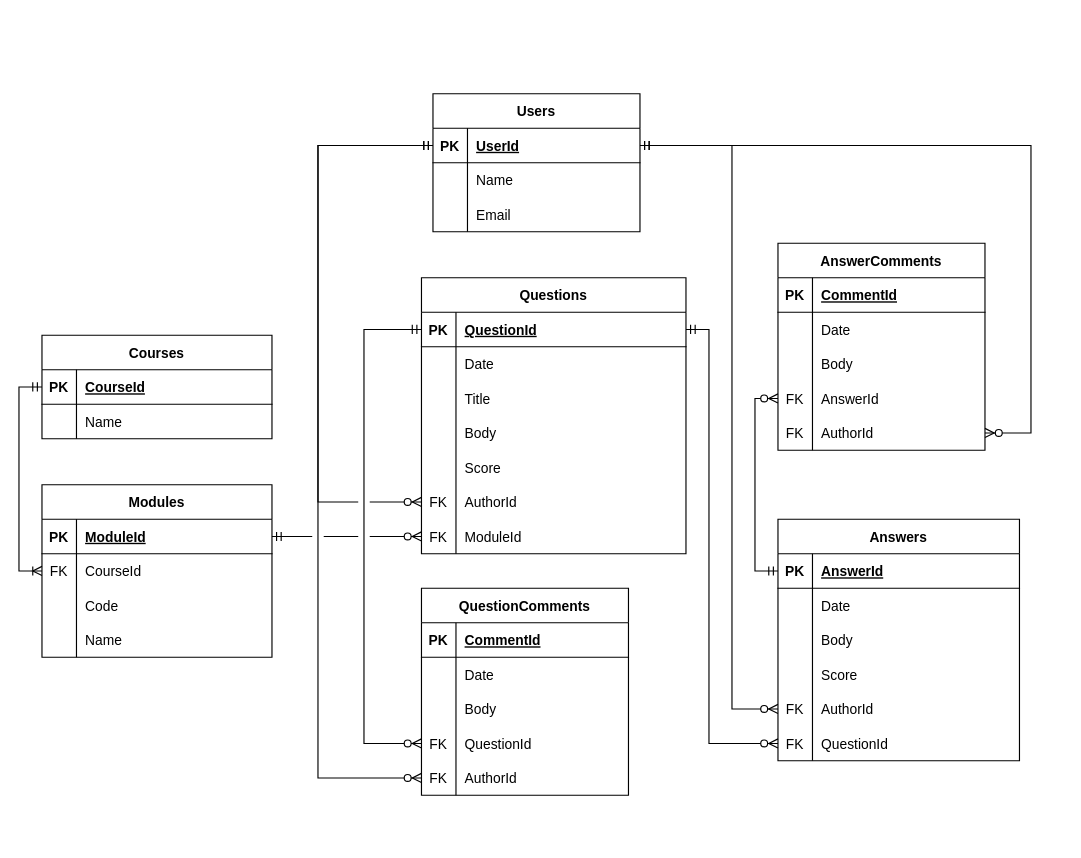
Earlier version of the draw.io diagram assets/diagrams/Database Design.drawio (gltch/wits-overflow). Source tidied: cells renumbered, new cells numbered last; positions are measured from the earlier drawing's top-left corner, leaving out a move shared by most shapes. Both pictures are drawn from the tidied source at 115%, with x=0, y=0 at pixel (41, 93).
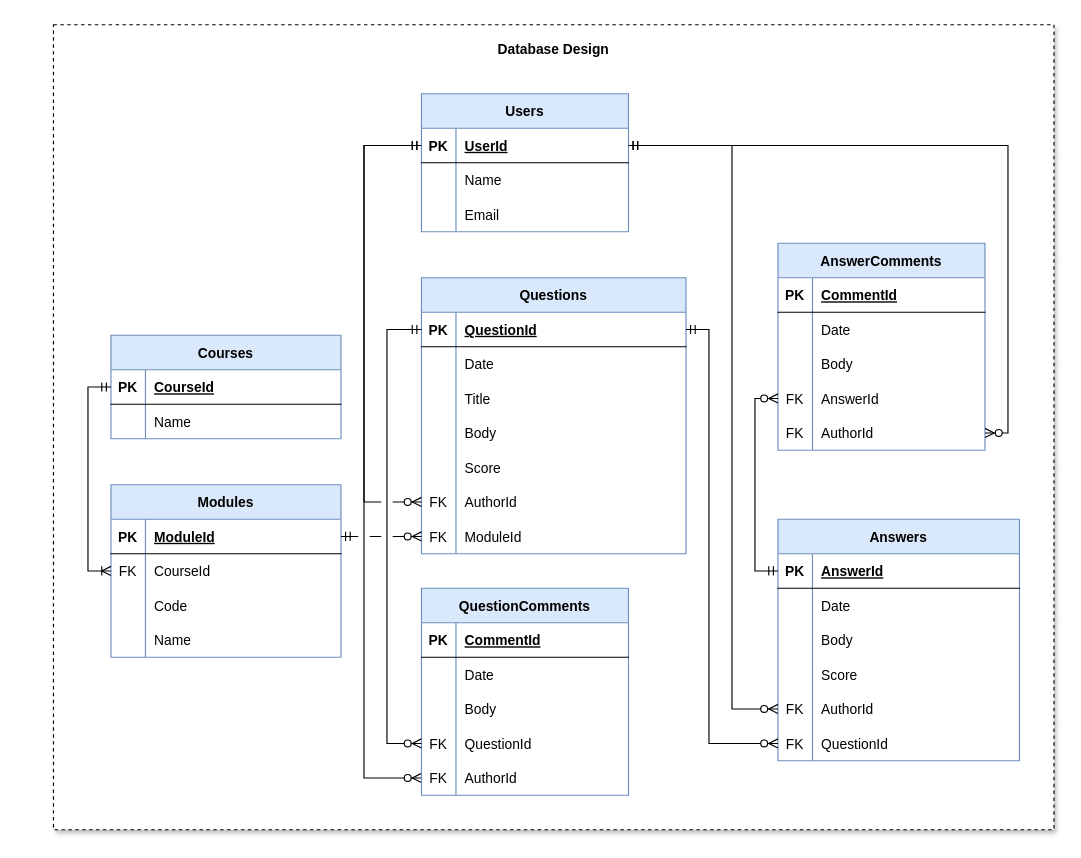
The same diagram, later.

Unchanged cells that the change refers to:
```xml
<mxCell id="13" style="shape=partialRectangle;fillColor=none;top=0;left=0;bottom=0;right=0;points=[[0,0.5],[1,0.5]];portConstraint=eastwest;" parent="3" vertex="1">
  <mxGeometry y="120" width="180" height="30" as="geometry" />
</mxCell>
<mxCell id="16" style="shape=partialRectangle;fillColor=none;top=0;left=0;bottom=0;right=0;points=[[0,0.5],[1,0.5]];portConstraint=eastwest;" parent="3" vertex="1">
  <mxGeometry y="150" width="180" height="30" as="geometry" />
</mxCell>
<mxCell id="20" style="shape=partialRectangle;fillColor=none;top=0;left=0;bottom=1;right=0;points=[[0,0.5],[1,0.5]];portConstraint=eastwest;" parent="19" vertex="1">
  <mxGeometry y="30" width="230" height="30" as="geometry" />
</mxCell>
<mxCell id="35" style="shape=partialRectangle;fillColor=none;top=0;left=0;bottom=0;right=0;points=[[0,0.5],[1,0.5]];portConstraint=eastwest;" parent="19" vertex="1">
  <mxGeometry y="180" width="230" height="30" as="geometry" />
</mxCell>
<mxCell id="42" style="shape=partialRectangle;fillColor=none;top=0;left=0;bottom=1;right=0;points=[[0,0.5],[1,0.5]];portConstraint=eastwest;" parent="41" vertex="1">
  <mxGeometry y="30" width="210" height="30" as="geometry" />
</mxCell>
<mxCell id="90" style="shape=partialRectangle;fillColor=none;top=0;left=0;bottom=0;right=0;points=[[0,0.5],[1,0.5]];portConstraint=eastwest;" parent="80" vertex="1">
  <mxGeometry y="120" width="180" height="30" as="geometry" />
</mxCell>
<mxCell id="93" style="shape=partialRectangle;fillColor=none;top=0;left=0;bottom=0;right=0;points=[[0,0.5],[1,0.5]];portConstraint=eastwest;" parent="80" vertex="1">
  <mxGeometry y="150" width="180" height="30" as="geometry" />
</mxCell>
<mxCell id="97" style="shape=partialRectangle;fillColor=none;top=0;left=0;bottom=1;right=0;points=[[0,0.5],[1,0.5]];portConstraint=eastwest;" parent="96" vertex="1">
  <mxGeometry y="30" width="180" height="30" as="geometry" />
</mxCell>
```

Diff of the diagram source:
```diff
@@
+    <mxCell id="114" value="Database Design" style="rounded=0;whiteSpace=wrap;html=1;shadow=1;verticalAlign=top;spacing=10;fontStyle=1;dashed=1;" parent="1" vertex="1">
+      <mxGeometry x="10" y="-60" width="870" height="700" as="geometry" />
+    </mxCell>
-    <mxCell id="2" style="edgeStyle=orthogonalEdgeStyle;rounded=0;orthogonalLoop=1;jettySize=auto;html=1;exitX=0;exitY=0.5;exitDx=0;exitDy=0;entryX=0;entryY=0.5;entryDx=0;entryDy=0;startArrow=ERmandOne;startFill=0;endArrow=ERzeroToMany;endFill=1;jumpStyle=none;" parent="1" edge="1">
+    <mxCell id="2" style="edgeStyle=orthogonalEdgeStyle;rounded=0;jettySize=auto;html=1;exitX=0;exitY=0.5;exitDx=0;exitDy=0;entryX=0;entryY=0.5;entryDx=0;entryDy=0;startArrow=ERmandOne;startFill=0;endArrow=ERzeroToMany;endFill=1;jumpStyle=none;" parent="1" edge="1" source="97" target="16">
       <mxGeometry relative="1" as="geometry">
-        <mxPoint x="340" y="45" as="sourcePoint" />
-        <mxPoint x="330" y="595" as="targetPoint" />
         <Array as="points">
-          <mxPoint x="240" y="45" />
-          <mxPoint x="240" y="595" />
+          <mxPoint x="280" y="45" />
+          <mxPoint x="280" y="595" />
         </Array>
       </mxGeometry>
     </mxCell>
-    <mxCell id="3" value="QuestionComments" style="shape=table;startSize=30;childLayout=tableLayout;rowLines=0;fontStyle=1;align=center;" parent="1" vertex="1">
+    <mxCell id="3" value="QuestionComments" style="shape=table;startSize=30;childLayout=tableLayout;rowLines=0;fontStyle=1;align=center;fillColor=#dae8fc;strokeColor=#6c8ebf;" parent="1" vertex="1">
       <mxGeometry x="330" y="430" width="180" height="180" as="geometry" />
     </mxCell>
@@
-    <mxCell id="19" value="Questions" style="shape=table;startSize=30;childLayout=tableLayout;rowLines=0;fontStyle=1;align=center;" parent="1" vertex="1">
+    <mxCell id="19" value="Questions" style="shape=table;startSize=30;childLayout=tableLayout;rowLines=0;fontStyle=1;align=center;fillColor=#dae8fc;strokeColor=#6c8ebf;" parent="1" vertex="1">
       <mxGeometry x="330" y="160" width="230" height="240" as="geometry" />
     </mxCell>
@@
-    <mxCell id="41" value="Answers" style="shape=table;startSize=30;childLayout=tableLayout;rowLines=0;fontStyle=1;align=center;" parent="1" vertex="1">
+    <mxCell id="41" value="Answers" style="shape=table;startSize=30;childLayout=tableLayout;rowLines=0;fontStyle=1;align=center;fillColor=#dae8fc;strokeColor=#6c8ebf;" parent="1" vertex="1">
       <mxGeometry x="640" y="370" width="210" height="210" as="geometry" />
     </mxCell>
@@
-    <mxCell id="60" value="Modules" style="shape=table;startSize=30;childLayout=tableLayout;rowLines=0;fontStyle=1;align=center;" parent="1" vertex="1">
-      <mxGeometry y="340" width="200" height="150" as="geometry" />
+    <mxCell id="60" value="Modules" style="shape=table;startSize=30;childLayout=tableLayout;rowLines=0;fontStyle=1;align=center;fillColor=#dae8fc;strokeColor=#6c8ebf;" parent="1" vertex="1">
+      <mxGeometry x="60" y="340" width="200" height="150" as="geometry" />
     </mxCell>
@@
-    <mxCell id="73" value="Courses" style="shape=table;startSize=30;childLayout=tableLayout;rowLines=0;fontStyle=1;align=center;" parent="1" vertex="1">
-      <mxGeometry y="210" width="200" height="90" as="geometry" />
+    <mxCell id="73" value="Courses" style="shape=table;startSize=30;childLayout=tableLayout;rowLines=0;fontStyle=1;align=center;fillColor=#dae8fc;strokeColor=#6c8ebf;" parent="1" vertex="1">
+      <mxGeometry x="60" y="210" width="200" height="90" as="geometry" />
     </mxCell>
@@
-    <mxCell id="80" value="AnswerComments" style="shape=table;startSize=30;childLayout=tableLayout;rowLines=0;fontStyle=1;align=center;" parent="1" vertex="1">
+    <mxCell id="80" value="AnswerComments" style="shape=table;startSize=30;childLayout=tableLayout;rowLines=0;fontStyle=1;align=center;fillColor=#dae8fc;strokeColor=#6c8ebf;" parent="1" vertex="1">
       <mxGeometry x="640" y="130" width="180" height="180" as="geometry" />
     </mxCell>
@@
-    <mxCell id="96" value="Users" style="shape=table;startSize=30;childLayout=tableLayout;rowLines=0;fontStyle=1;align=center;" parent="1" vertex="1">
-      <mxGeometry x="340" width="180" height="120" as="geometry" />
+    <mxCell id="96" value="Users" style="shape=table;startSize=30;childLayout=tableLayout;rowLines=0;fontStyle=1;align=center;fillColor=#dae8fc;strokeColor=#6c8ebf;" parent="1" vertex="1">
+      <mxGeometry x="330" width="180" height="120" as="geometry" />
     </mxCell>
@@
     <mxCell id="109" style="edgeStyle=orthogonalEdgeStyle;rounded=0;jettySize=auto;html=1;exitX=0;exitY=0.5;exitDx=0;exitDy=0;entryX=0;entryY=0.5;entryDx=0;entryDy=0;startArrow=ERmandOne;startFill=0;endArrow=ERzeroToMany;endFill=1;" parent="1" edge="1" source="20" target="13">
       <mxGeometry relative="1" as="geometry">
         <Array as="points">
-          <mxPoint x="280" y="205" />
-          <mxPoint x="280" y="565" />
+          <mxPoint x="300" y="205" />
+          <mxPoint x="300" y="565" />
         </Array>
       </mxGeometry>
     </mxCell>
     <mxCell id="110" style="edgeStyle=orthogonalEdgeStyle;rounded=0;jettySize=auto;html=1;exitX=0;exitY=0.5;exitDx=0;exitDy=0;entryX=0;entryY=0.5;entryDx=0;entryDy=0;startArrow=ERmandOne;startFill=0;endArrow=ERzeroToMany;endFill=1;jumpStyle=arc;" parent="1" edge="1" source="42" target="90">
-      <mxGeometry relative="1" as="geometry" />
+      <mxGeometry relative="1" as="geometry">
+        <Array as="points">
+          <mxPoint x="620" y="415" />
+          <mxPoint x="620" y="265" />
+        </Array>
+      </mxGeometry>
     </mxCell>
     <mxCell id="111" style="edgeStyle=orthogonalEdgeStyle;rounded=0;jettySize=auto;html=1;exitX=1;exitY=0.5;exitDx=0;exitDy=0;startArrow=ERmandOne;startFill=0;endArrow=ERzeroToMany;endFill=1;entryX=1;entryY=0.5;entryDx=0;entryDy=0;jumpStyle=arc;" parent="1" edge="1" source="97" target="93">
       <mxGeometry relative="1" as="geometry">
         <Array as="points">
-          <mxPoint x="860" y="45" />
-          <mxPoint x="860" y="295" />
+          <mxPoint x="840" y="45" />
+          <mxPoint x="840" y="295" />
         </Array>
       </mxGeometry>
     </mxCell>
@@
-    <mxCell id="113" style="edgeStyle=orthogonalEdgeStyle;rounded=0;jettySize=auto;html=1;exitX=0;exitY=0.5;exitDx=0;exitDy=0;entryX=0;entryY=0.5;entryDx=0;entryDy=0;startArrow=ERmandOne;startFill=0;endArrow=ERzeroToMany;endFill=1;jumpStyle=gap;jumpSize=10;" parent="1" edge="1" source="97" target="35">
+    <mxCell id="113" style="edgeStyle=orthogonalEdgeStyle;rounded=0;jettySize=auto;html=1;entryX=0;entryY=0.5;entryDx=0;entryDy=0;startArrow=ERmandOne;startFill=0;endArrow=ERzeroToMany;endFill=1;jumpStyle=gap;jumpSize=10;" parent="1" edge="1" target="35">
       <mxGeometry relative="1" as="geometry">
+        <mxPoint x="330" y="45" as="sourcePoint" />
         <Array as="points">
-          <mxPoint x="240" y="45" />
-          <mxPoint x="240" y="355" />
+          <mxPoint x="280" y="45" />
+          <mxPoint x="280" y="355" />
         </Array>
       </mxGeometry>
     </mxCell>
```
